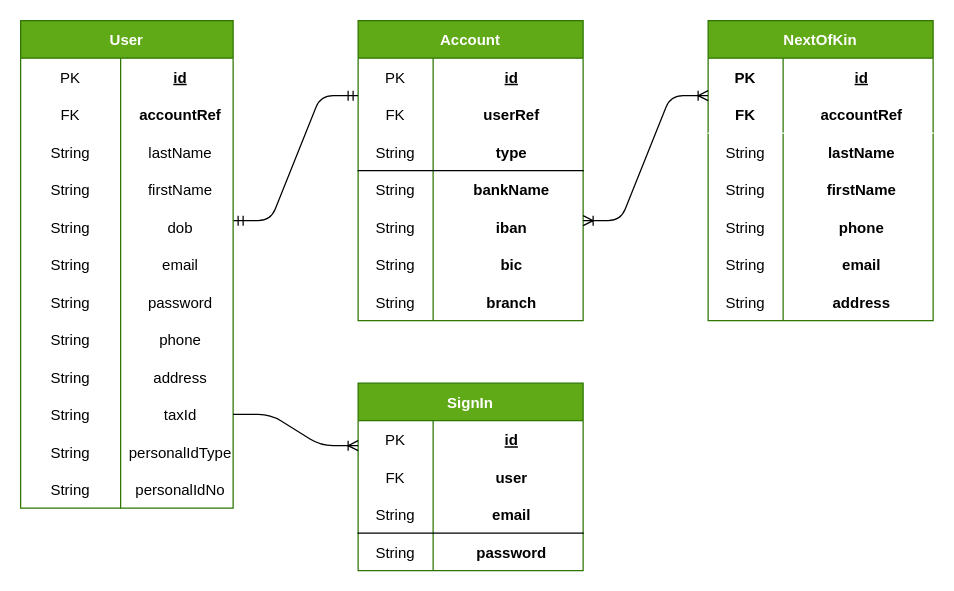
Earlier version of the draw.io diagram server/database.erm.dio (emmanuelonah/africlite-bank). Source tidied: cells renumbered, new cells numbered last; positions are measured from the earlier drawing's top-left corner, leaving out a move shared by most shapes. Both pictures are drawn from the tidied source at 125%, with x=0, y=0 at pixel (20, 20).
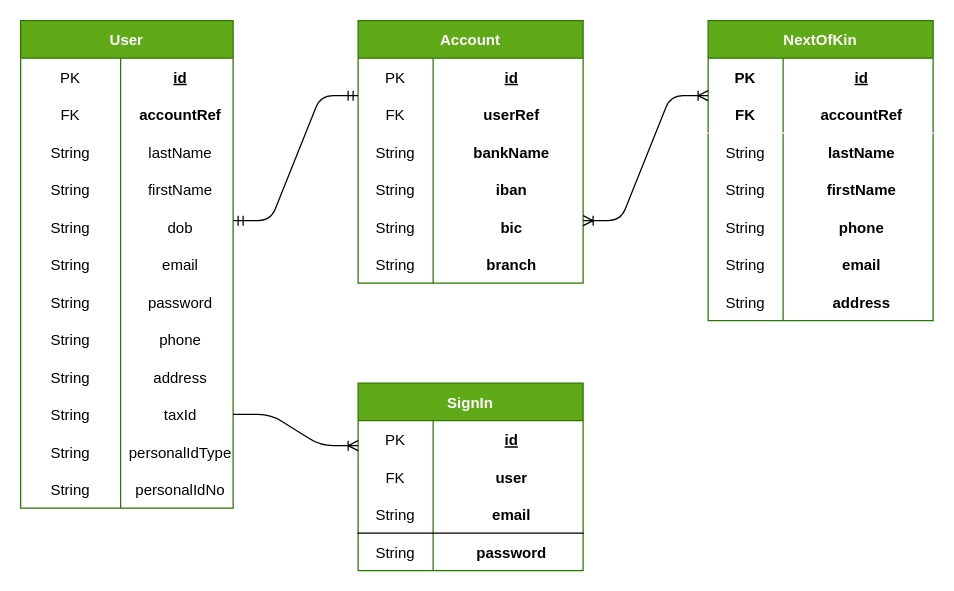
After the change.

Change to the diagram source:
```diff
@@
     <mxCell id="2" value="Account" style="shape=table;startSize=30;childLayout=tableLayout;rowLines=0;fontStyle=1;align=center;fillColor=#60a917;fontColor=#ffffff;strokeColor=#2D7600;" parent="1" vertex="1">
-      <mxGeometry x="270" width="180" height="240" as="geometry" />
+      <mxGeometry x="270" width="180" height="210" as="geometry" />
     </mxCell>
@@
-    <mxCell id="9" style="shape=tableRow;horizontal=0;startSize=0;swimlaneHead=0;swimlaneBody=0;fillColor=none;top=0;left=0;right=0;bottom=1;" parent="2" vertex="1">
-      <mxGeometry y="90" width="180" height="30" as="geometry" />
-    </mxCell>
-    <mxCell id="10" value="String" style="shape=partialRectangle;fillColor=none;top=0;left=0;bottom=0;right=0;fontStyle=0;overflow=hidden;align=center;strokeColor=#Fff;" parent="9" vertex="1">
-      <mxGeometry width="60" height="30" as="geometry" />
-    </mxCell>
-    <mxCell id="11" value="type" style="shape=partialRectangle;fillColor=none;top=0;left=0;bottom=0;right=0;align=center;spacingLeft=6;fontStyle=1;overflow=hidden;strokeColor=#Fff;" parent="9" vertex="1">
-      <mxGeometry x="60" width="120" height="30" as="geometry" />
-    </mxCell>
     <mxCell id="12" style="shape=tableRow;horizontal=0;startSize=0;swimlaneHead=0;swimlaneBody=0;fillColor=none;top=0;left=0;right=0;bottom=0;" parent="2" vertex="1">
-      <mxGeometry y="120" width="180" height="30" as="geometry" />
+      <mxGeometry y="90" width="180" height="30" as="geometry" />
     </mxCell>
@@
     <mxCell id="15" style="shape=tableRow;horizontal=0;startSize=0;swimlaneHead=0;swimlaneBody=0;fillColor=none;top=0;left=0;right=0;bottom=0;" parent="2" vertex="1">
-      <mxGeometry y="150" width="180" height="30" as="geometry" />
+      <mxGeometry y="120" width="180" height="30" as="geometry" />
     </mxCell>
@@
     <mxCell id="18" style="shape=tableRow;horizontal=0;startSize=0;swimlaneHead=0;swimlaneBody=0;fillColor=none;top=0;left=0;right=0;bottom=0;" parent="2" vertex="1">
-      <mxGeometry y="180" width="180" height="30" as="geometry" />
+      <mxGeometry y="150" width="180" height="30" as="geometry" />
     </mxCell>
@@
     <mxCell id="21" style="shape=tableRow;horizontal=0;startSize=0;swimlaneHead=0;swimlaneBody=0;fillColor=none;top=0;left=0;right=0;bottom=0;" parent="2" vertex="1">
-      <mxGeometry y="210" width="180" height="30" as="geometry" />
+      <mxGeometry y="180" width="180" height="30" as="geometry" />
     </mxCell>
```
